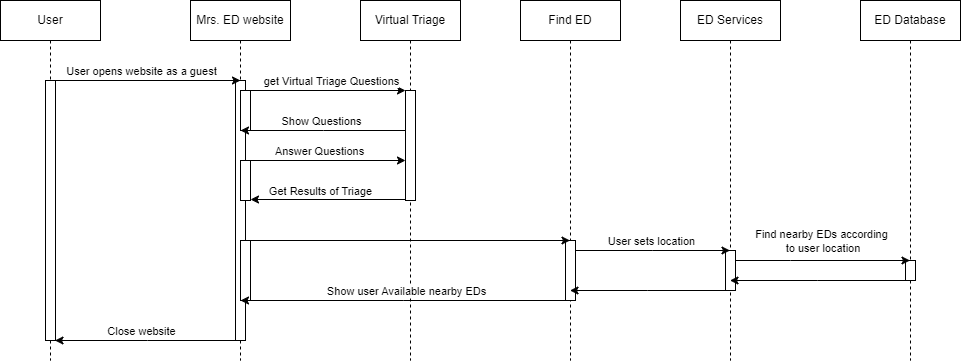
Earlier version of the draw.io export diagrams/UC1_Sequence_Diagram.drawio.png (uvic-teach/project-m1-team6). Source tidied: cells renumbered, new cells last; positions are measured from the earlier drawing's top-left corner, leaving out a move shared by most shapes. Its diagram source:
```xml
<mxGraphModel>
  <root>
    <mxCell id="0" />
    <mxCell id="1" parent="0" />
    <mxCell id="2" value="User" style="shape=umlLifeline;perimeter=lifelinePerimeter;whiteSpace=wrap;html=1;newEdgeStyle={&quot;edgeStyle&quot;:&quot;elbowEdgeStyle&quot;,&quot;elbow&quot;:&quot;vertical&quot;,&quot;curved&quot;:0,&quot;rounded&quot;:0};" parent="1" vertex="1">
      <mxGeometry width="100" height="360" as="geometry" />
    </mxCell>
    <mxCell id="3" style="html=1;perimeter=orthogonalPerimeter;targetShapes=umlLifeline;newEdgeStyle={&quot;edgeStyle&quot;:&quot;elbowEdgeStyle&quot;,&quot;elbow&quot;:&quot;vertical&quot;,&quot;curved&quot;:0,&quot;rounded&quot;:0};" parent="2" vertex="1">
      <mxGeometry x="45" y="80" width="10" height="260" as="geometry" />
    </mxCell>
    <mxCell id="4" value="Mrs. ED website" style="shape=umlLifeline;perimeter=lifelinePerimeter;whiteSpace=wrap;html=1;newEdgeStyle={&quot;edgeStyle&quot;:&quot;elbowEdgeStyle&quot;,&quot;elbow&quot;:&quot;vertical&quot;,&quot;curved&quot;:0,&quot;rounded&quot;:0};" parent="1" vertex="1">
      <mxGeometry x="190" width="100" height="360" as="geometry" />
    </mxCell>
    <mxCell id="5" style="html=1;points=[];perimeter=orthogonalPerimeter;outlineConnect=0;targetShapes=umlLifeline;portConstraint=eastwest;newEdgeStyle={&quot;edgeStyle&quot;:&quot;elbowEdgeStyle&quot;,&quot;elbow&quot;:&quot;vertical&quot;,&quot;curved&quot;:0,&quot;rounded&quot;:0};" parent="4" vertex="1">
      <mxGeometry x="45" y="80" width="10" height="260" as="geometry" />
    </mxCell>
    <mxCell id="6" style="html=1;perimeter=orthogonalPerimeter;targetShapes=umlLifeline;newEdgeStyle={&quot;edgeStyle&quot;:&quot;elbowEdgeStyle&quot;,&quot;elbow&quot;:&quot;vertical&quot;,&quot;curved&quot;:0,&quot;rounded&quot;:0};" parent="4" vertex="1">
      <mxGeometry x="50" y="240" width="10" height="60" as="geometry" />
    </mxCell>
    <mxCell id="7" value="Find ED" style="shape=umlLifeline;perimeter=lifelinePerimeter;whiteSpace=wrap;html=1;newEdgeStyle={&quot;edgeStyle&quot;:&quot;elbowEdgeStyle&quot;,&quot;elbow&quot;:&quot;vertical&quot;,&quot;curved&quot;:0,&quot;rounded&quot;:0};" parent="1" vertex="1">
      <mxGeometry x="520" width="100" height="360" as="geometry" />
    </mxCell>
    <mxCell id="8" style="html=1;perimeter=orthogonalPerimeter;targetShapes=umlLifeline;newEdgeStyle={&quot;edgeStyle&quot;:&quot;elbowEdgeStyle&quot;,&quot;elbow&quot;:&quot;vertical&quot;,&quot;curved&quot;:0,&quot;rounded&quot;:0};" parent="7" vertex="1">
      <mxGeometry x="45" y="240" width="10" height="60" as="geometry" />
    </mxCell>
    <mxCell id="9" value="ED Services" style="shape=umlLifeline;perimeter=lifelinePerimeter;whiteSpace=wrap;html=1;newEdgeStyle={&quot;edgeStyle&quot;:&quot;elbowEdgeStyle&quot;,&quot;elbow&quot;:&quot;vertical&quot;,&quot;curved&quot;:0,&quot;rounded&quot;:0};" parent="1" vertex="1">
      <mxGeometry x="680" width="100" height="360" as="geometry" />
    </mxCell>
    <mxCell id="10" style="html=1;points=[];perimeter=orthogonalPerimeter;outlineConnect=0;targetShapes=umlLifeline;portConstraint=eastwest;newEdgeStyle={&quot;edgeStyle&quot;:&quot;elbowEdgeStyle&quot;,&quot;elbow&quot;:&quot;vertical&quot;,&quot;curved&quot;:0,&quot;rounded&quot;:0};" parent="9" vertex="1">
      <mxGeometry x="45" y="250" width="10" height="40" as="geometry" />
    </mxCell>
    <mxCell id="11" value="Virtual Triage" style="shape=umlLifeline;perimeter=lifelinePerimeter;whiteSpace=wrap;html=1;newEdgeStyle={&quot;edgeStyle&quot;:&quot;elbowEdgeStyle&quot;,&quot;elbow&quot;:&quot;vertical&quot;,&quot;curved&quot;:0,&quot;rounded&quot;:0};" parent="1" vertex="1">
      <mxGeometry x="360" width="100" height="360" as="geometry" />
    </mxCell>
    <mxCell id="12" style="html=1;perimeter=orthogonalPerimeter;targetShapes=umlLifeline;newEdgeStyle={&quot;edgeStyle&quot;:&quot;elbowEdgeStyle&quot;,&quot;elbow&quot;:&quot;vertical&quot;,&quot;curved&quot;:0,&quot;rounded&quot;:0};" parent="11" vertex="1">
      <mxGeometry x="45" y="90" width="10" height="110" as="geometry" />
    </mxCell>
    <mxCell id="13" style="edgeStyle=elbowEdgeStyle;rounded=0;jettySize=auto;html=1;elbow=horizontal;curved=0;entryX=0.5;entryY=0;entryDx=0;entryDy=0;entryPerimeter=0;" parent="1" edge="1" target="5">
      <mxGeometry relative="1" as="geometry">
        <mxPoint x="55.5" y="80" as="sourcePoint" />
        <Array as="points">
          <mxPoint x="147.5" y="70" />
        </Array>
      </mxGeometry>
    </mxCell>
    <mxCell id="14" value="User opens website as a guest" style="edgeLabel;html=1;align=center;verticalAlign=middle;" parent="13" vertex="1">
      <mxGeometry x="0.14" y="1" relative="1" as="geometry">
        <mxPoint x="-20" y="-9" as="offset" />
      </mxGeometry>
    </mxCell>
    <mxCell id="15" style="edgeStyle=orthogonalEdgeStyle;rounded=0;orthogonalLoop=1;jettySize=auto;html=1;" parent="1" edge="1">
      <mxGeometry relative="1" as="geometry">
        <mxPoint x="250" y="90" as="sourcePoint" />
        <mxPoint x="405" y="90" as="targetPoint" />
      </mxGeometry>
    </mxCell>
    <mxCell id="16" value="get Virtual Triage Questions" style="edgeLabel;html=1;align=center;verticalAlign=middle;" parent="15" vertex="1">
      <mxGeometry x="-0.14" y="3" relative="1" as="geometry">
        <mxPoint x="13" y="-7" as="offset" />
      </mxGeometry>
    </mxCell>
    <mxCell id="17" style="rounded=0;whiteSpace=wrap;html=1;" parent="1" vertex="1">
      <mxGeometry x="240" y="90" width="10" height="40" as="geometry" />
    </mxCell>
    <mxCell id="18" style="edgeStyle=elbowEdgeStyle;rounded=0;orthogonalLoop=1;jettySize=auto;html=1;elbow=horizontal;curved=0;" parent="1" edge="1">
      <mxGeometry relative="1" as="geometry">
        <mxPoint x="405.5" y="130" as="sourcePoint" />
        <mxPoint x="240" y="130" as="targetPoint" />
      </mxGeometry>
    </mxCell>
    <mxCell id="19" value="Show Questions" style="edgeLabel;html=1;align=center;verticalAlign=middle;" parent="18" vertex="1">
      <mxGeometry x="-0.14" relative="1" as="geometry">
        <mxPoint x="-14" y="-10" as="offset" />
      </mxGeometry>
    </mxCell>
    <mxCell id="20" style="edgeStyle=orthogonalEdgeStyle;rounded=0;orthogonalLoop=1;jettySize=auto;html=1;exitX=1;exitY=0.5;exitDx=0;exitDy=0;entryX=0;entryY=0.5;entryDx=0;entryDy=0;" parent="1" edge="1">
      <mxGeometry relative="1" as="geometry">
        <mxPoint x="250" y="160" as="sourcePoint" />
        <mxPoint x="405" y="160" as="targetPoint" />
      </mxGeometry>
    </mxCell>
    <mxCell id="21" value="Answer Questions" style="edgeLabel;html=1;align=center;verticalAlign=middle;" parent="20" vertex="1">
      <mxGeometry x="-0.12" relative="1" as="geometry">
        <mxPoint y="-10" as="offset" />
      </mxGeometry>
    </mxCell>
    <mxCell id="22" style="rounded=0;whiteSpace=wrap;html=1;" parent="1" vertex="1">
      <mxGeometry x="240" y="160" width="10" height="40" as="geometry" />
    </mxCell>
    <mxCell id="23" style="edgeStyle=orthogonalEdgeStyle;rounded=0;orthogonalLoop=1;jettySize=auto;html=1;entryX=1;entryY=0.5;entryDx=0;entryDy=0;" parent="1" edge="1">
      <mxGeometry relative="1" as="geometry">
        <mxPoint x="405" y="199" as="sourcePoint" />
        <mxPoint x="250" y="199" as="targetPoint" />
      </mxGeometry>
    </mxCell>
    <mxCell id="24" value="Get Results of Triage" style="edgeLabel;html=1;align=center;verticalAlign=middle;" parent="23" vertex="1">
      <mxGeometry x="0.11" relative="1" as="geometry">
        <mxPoint y="-9" as="offset" />
      </mxGeometry>
    </mxCell>
    <mxCell id="25" style="edgeStyle=elbowEdgeStyle;rounded=0;orthogonalLoop=1;jettySize=auto;html=1;elbow=vertical;curved=0;" parent="1" edge="1">
      <mxGeometry relative="1" as="geometry">
        <mxPoint x="250" y="240" as="sourcePoint" />
        <mxPoint x="569.5" y="240" as="targetPoint" />
      </mxGeometry>
    </mxCell>
    <mxCell id="26" style="edgeStyle=elbowEdgeStyle;rounded=0;orthogonalLoop=1;jettySize=auto;html=1;elbow=vertical;curved=0;" parent="1" edge="1">
      <mxGeometry relative="1" as="geometry">
        <mxPoint x="575" y="250" as="sourcePoint" />
        <mxPoint x="729.5" y="250" as="targetPoint" />
      </mxGeometry>
    </mxCell>
    <mxCell id="27" value="User sets location" style="edgeLabel;html=1;align=center;verticalAlign=middle;" parent="26" vertex="1">
      <mxGeometry x="-0.21" y="4" relative="1" as="geometry">
        <mxPoint x="14" y="-6" as="offset" />
      </mxGeometry>
    </mxCell>
    <mxCell id="28" style="edgeStyle=elbowEdgeStyle;rounded=0;orthogonalLoop=1;jettySize=auto;html=1;elbow=vertical;curved=0;" parent="1" edge="1">
      <mxGeometry relative="1" as="geometry">
        <mxPoint x="725" y="290" as="sourcePoint" />
        <mxPoint x="569.5" y="290" as="targetPoint" />
      </mxGeometry>
    </mxCell>
    <mxCell id="29" style="edgeStyle=elbowEdgeStyle;rounded=0;orthogonalLoop=1;jettySize=auto;html=1;elbow=vertical;curved=0;" parent="1" edge="1">
      <mxGeometry relative="1" as="geometry">
        <mxPoint x="565.5" y="300" as="sourcePoint" />
        <mxPoint x="240" y="300" as="targetPoint" />
      </mxGeometry>
    </mxCell>
    <mxCell id="30" value="Show user Available nearby EDs" style="edgeLabel;html=1;align=center;verticalAlign=middle;" parent="29" vertex="1">
      <mxGeometry x="0.47" y="-1" relative="1" as="geometry">
        <mxPoint x="78" y="-9" as="offset" />
      </mxGeometry>
    </mxCell>
    <mxCell id="31" style="edgeStyle=elbowEdgeStyle;rounded=0;orthogonalLoop=1;jettySize=auto;html=1;elbow=horizontal;curved=0;" parent="1" edge="1">
      <mxGeometry relative="1" as="geometry">
        <mxPoint x="240" y="340" as="sourcePoint" />
        <mxPoint x="54.5" y="340" as="targetPoint" />
      </mxGeometry>
    </mxCell>
    <mxCell id="32" value="Close website" style="edgeLabel;html=1;align=center;verticalAlign=middle;" parent="31" vertex="1">
      <mxGeometry x="-0.14" y="5" relative="1" as="geometry">
        <mxPoint x="-20" y="-15" as="offset" />
      </mxGeometry>
    </mxCell>
    <mxCell id="33" value="ED Database" style="shape=umlLifeline;perimeter=lifelinePerimeter;whiteSpace=wrap;html=1;outlineConnect=0;portConstraint=eastwest;newEdgeStyle={&quot;edgeStyle&quot;:&quot;elbowEdgeStyle&quot;,&quot;elbow&quot;:&quot;vertical&quot;,&quot;curved&quot;:0,&quot;rounded&quot;:0};" parent="1" vertex="1">
      <mxGeometry x="860" width="100" height="360" as="geometry" />
    </mxCell>
    <mxCell id="34" style="html=1;perimeter=orthogonalPerimeter;targetShapes=umlLifeline;newEdgeStyle={&quot;edgeStyle&quot;:&quot;elbowEdgeStyle&quot;,&quot;elbow&quot;:&quot;vertical&quot;,&quot;curved&quot;:0,&quot;rounded&quot;:0};" parent="33" vertex="1">
      <mxGeometry x="45" y="260" width="10" height="20" as="geometry" />
    </mxCell>
    <mxCell id="35" style="edgeStyle=elbowEdgeStyle;rounded=0;jettySize=auto;html=1;elbow=vertical;curved=0;" parent="1" edge="1" source="10" target="33">
      <mxGeometry relative="1" as="geometry">
        <Array as="points">
          <mxPoint x="790" y="260" />
        </Array>
      </mxGeometry>
    </mxCell>
    <mxCell id="36" value="Find nearby EDs according&lt;br&gt;&amp;nbsp;to user location" style="edgeLabel;html=1;align=center;verticalAlign=middle;" parent="35" vertex="1">
      <mxGeometry x="-0.5" y="-1" relative="1" as="geometry">
        <mxPoint x="41" y="-21" as="offset" />
      </mxGeometry>
    </mxCell>
    <mxCell id="37" style="edgeStyle=elbowEdgeStyle;rounded=0;orthogonalLoop=1;jettySize=auto;html=1;elbow=vertical;curved=0;" parent="1" edge="1">
      <mxGeometry relative="1" as="geometry">
        <mxPoint x="905" y="280" as="sourcePoint" />
        <mxPoint x="729.5" y="280" as="targetPoint" />
      </mxGeometry>
    </mxCell>
  </root>
</mxGraphModel>
```
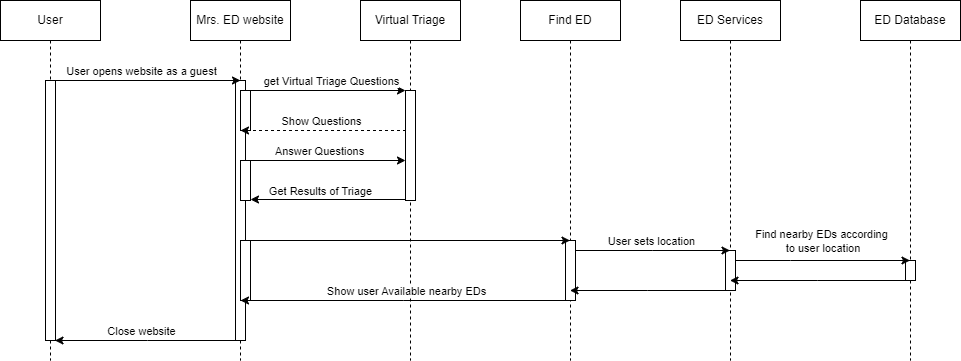
Later version of the same file.

Diff of the diagram source:
```diff
@@ -62,7 +62,7 @@
     <mxCell id="17" style="rounded=0;whiteSpace=wrap;html=1;" parent="1" vertex="1">
       <mxGeometry x="240" y="90" width="10" height="40" as="geometry" />
     </mxCell>
-    <mxCell id="18" style="edgeStyle=elbowEdgeStyle;rounded=0;orthogonalLoop=1;jettySize=auto;html=1;elbow=horizontal;curved=0;" parent="1" edge="1">
+    <mxCell id="18" style="edgeStyle=elbowEdgeStyle;rounded=0;orthogonalLoop=1;jettySize=auto;html=1;elbow=horizontal;curved=0;dashed=1;" parent="1" edge="1">
       <mxGeometry relative="1" as="geometry">
         <mxPoint x="405.5" y="130" as="sourcePoint" />
         <mxPoint x="240" y="130" as="targetPoint" />
```
